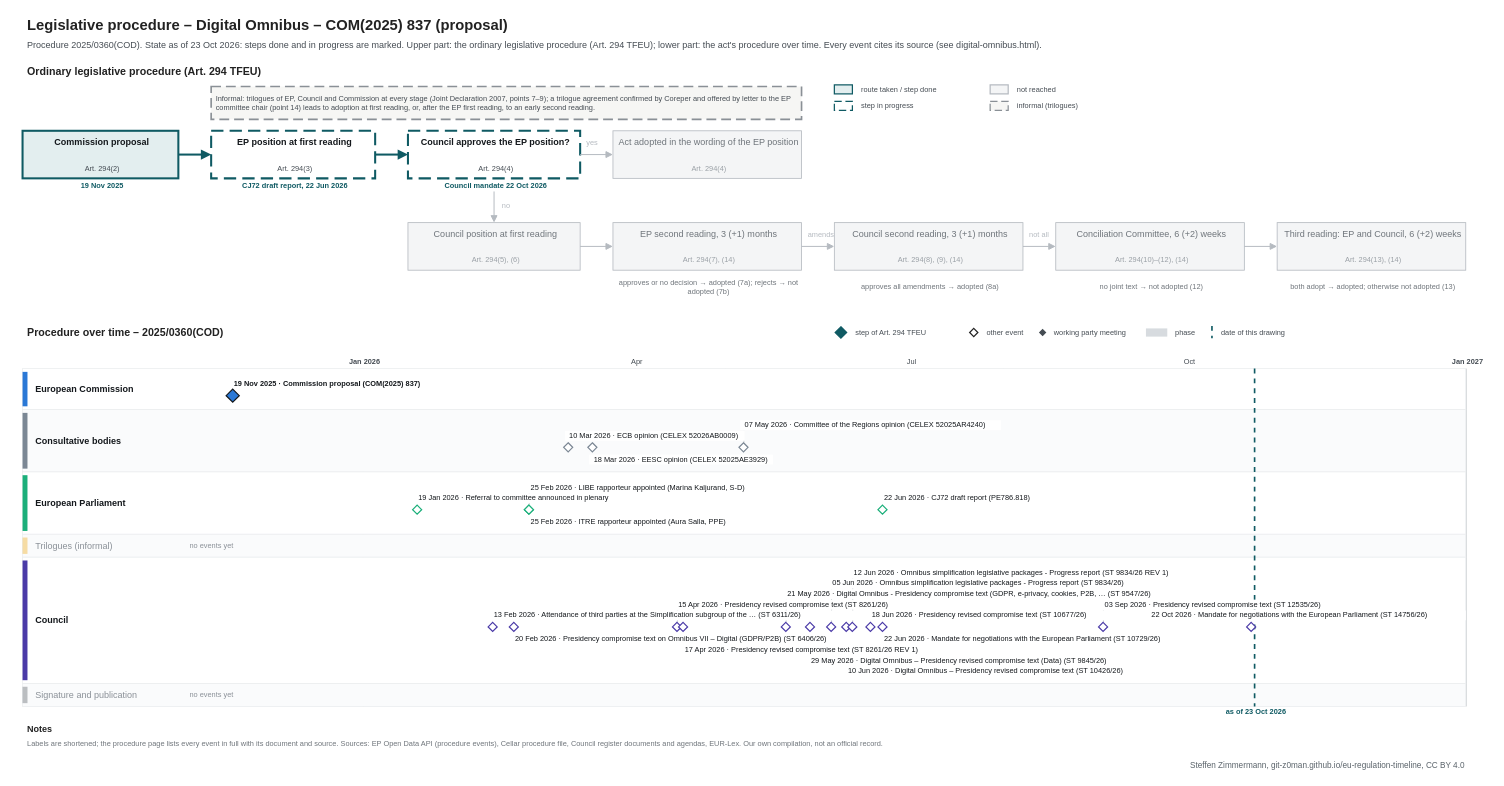
Before: procedures/digital-omnibus.drawio in git-z0man/eu-regulation-timeline, a draw.io diagram. Source tidied: cells renumbered, new cells numbered last; positions are measured from the earlier drawing's top-left corner, leaving out a move shared by most shapes. Both pictures are drawn from the tidied source at 82%, with x=0, y=0 at pixel (14, 14).
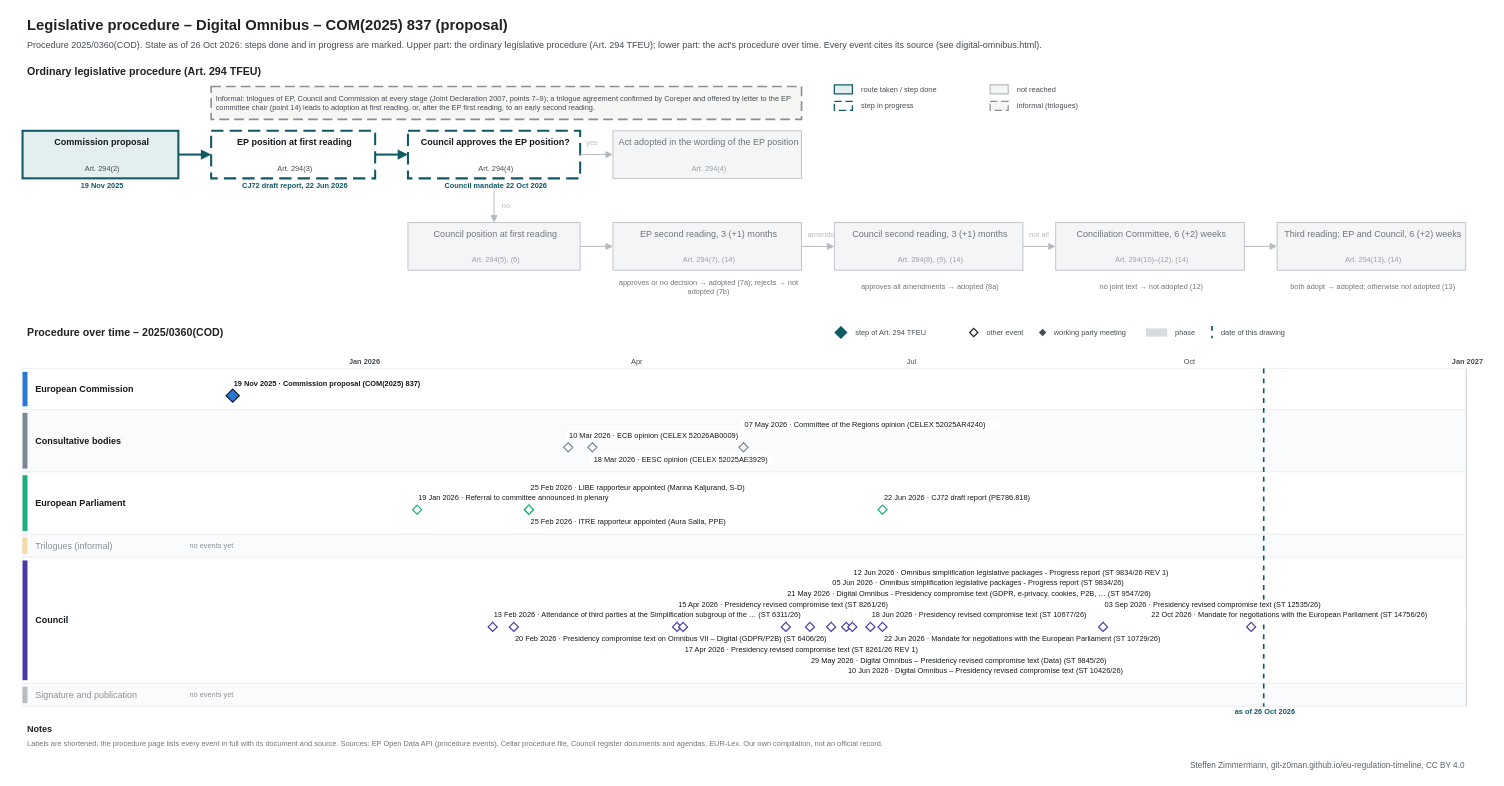
The same diagram, later.

What changed in the source:
```diff
@@
-    <mxCell id="3" value="Procedure 2025/0360(COD). State as of 23 Oct 2026: steps done and in progress are marked. Upper part: the ordinary legislative procedure (Art. 294 TFEU); lower part: the act's procedure over time. Every event cites its source (see digital-omnibus.html)." style="text;html=1;fontSize=11;fontColor=#454c53;align=left;verticalAlign=middle;spacingLeft=4;" parent="1" vertex="1">
+    <mxCell id="3" value="Procedure 2025/0360(COD). State as of 26 Oct 2026: steps done and in progress are marked. Upper part: the ordinary legislative procedure (Art. 294 TFEU); lower part: the act's procedure over time. Every event cites its source (see digital-omnibus.html)." style="text;html=1;fontSize=11;fontColor=#454c53;align=left;verticalAlign=middle;spacingLeft=4;" parent="1" vertex="1">
       <mxGeometry x="10" y="28" width="1700" height="18" as="geometry" />
     </mxCell>
@@
     <mxCell id="112" style="line;html=1;strokeWidth=2;strokeColor=#0f5a63;direction=south;dashed=1;" parent="1" vertex="1">
-      <mxGeometry x="1512" y="432" width="1" height="412" as="geometry" />
+      <mxGeometry x="1523.1" y="432" width="1" height="412" as="geometry" />
     </mxCell>
-    <mxCell id="113" value="as of 23 Oct 2026" style="text;html=1;fontSize=9;fontColor=#0f5a63;align=center;verticalAlign=middle;spacingLeft=4;fontStyle=1;" parent="1" vertex="1">
-      <mxGeometry x="1452" y="845" width="120" height="12" as="geometry" />
+    <mxCell id="113" value="as of 26 Oct 2026" style="text;html=1;fontSize=9;fontColor=#0f5a63;align=center;verticalAlign=middle;spacingLeft=4;fontStyle=1;" parent="1" vertex="1">
+      <mxGeometry x="1463.1" y="845" width="120" height="12" as="geometry" />
     </mxCell>
```
